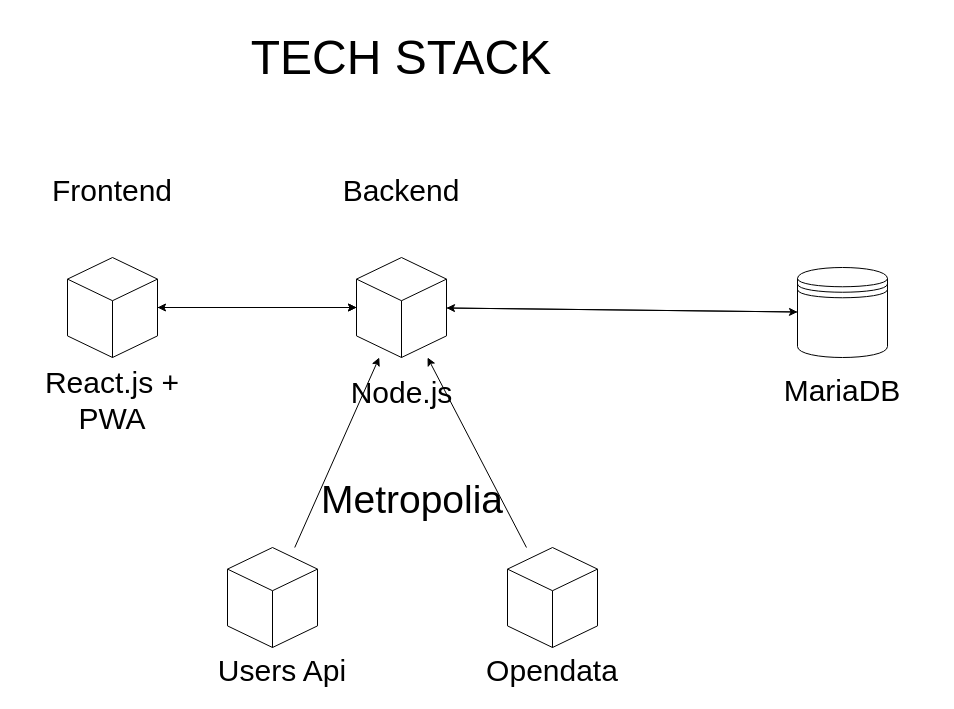
This is extra/techstack.drawio from Krugou/JakSurveillance, a draw.io file, before an edit. Source tidied: cells renumbered, new cells numbered last; positions are measured from the earlier drawing's top-left corner, leaving out a move shared by most shapes. Both pictures are drawn from the tidied source at 100%, with x=0, y=0 at pixel (17, 17).
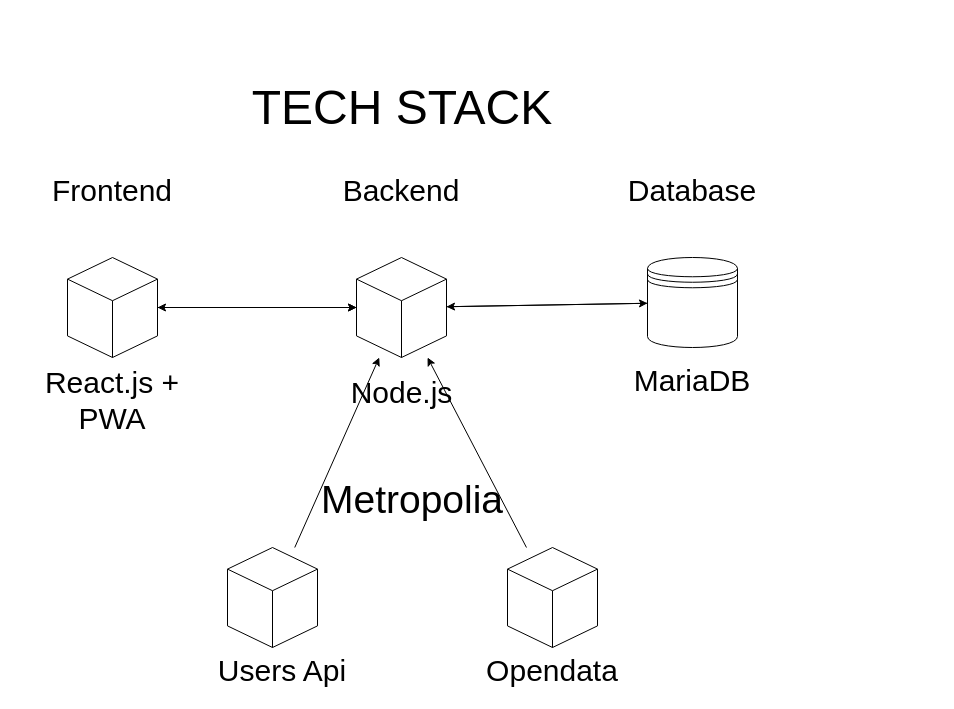
The same page after the edit.

The edit, as a diff of the source:
```diff
@@
     <mxCell id="3" style="shape=datastore;whiteSpace=wrap;html=1;" parent="1" vertex="1">
-      <mxGeometry x="780" y="250" width="90" height="90" as="geometry" />
+      <mxGeometry x="630" y="240" width="90" height="90" as="geometry" />
     </mxCell>
     <mxCell id="4" value="TECH STACK" style="text;html=1;strokeColor=none;fillColor=none;align=center;verticalAlign=middle;whiteSpace=wrap;rounded=0;fontSize=48;" parent="1" vertex="1">
-      <mxGeometry x="169" width="430" height="80" as="geometry" />
+      <mxGeometry x="170" y="50" width="430" height="80" as="geometry" />
     </mxCell>
     <mxCell id="5" value="MariaDB" style="text;html=1;strokeColor=none;fillColor=none;align=center;verticalAlign=middle;whiteSpace=wrap;rounded=0;fontSize=30;" parent="1" vertex="1">
-      <mxGeometry x="730" y="350" width="190" height="45" as="geometry" />
+      <mxGeometry x="580" y="340" width="190" height="45" as="geometry" />
     </mxCell>
@@
+    <mxCell id="23" value="Database" style="text;html=1;strokeColor=none;fillColor=none;align=center;verticalAlign=middle;whiteSpace=wrap;rounded=0;fontSize=30;" parent="1" vertex="1">
+      <mxGeometry x="580" y="150" width="190" height="45" as="geometry" />
+    </mxCell>
```
